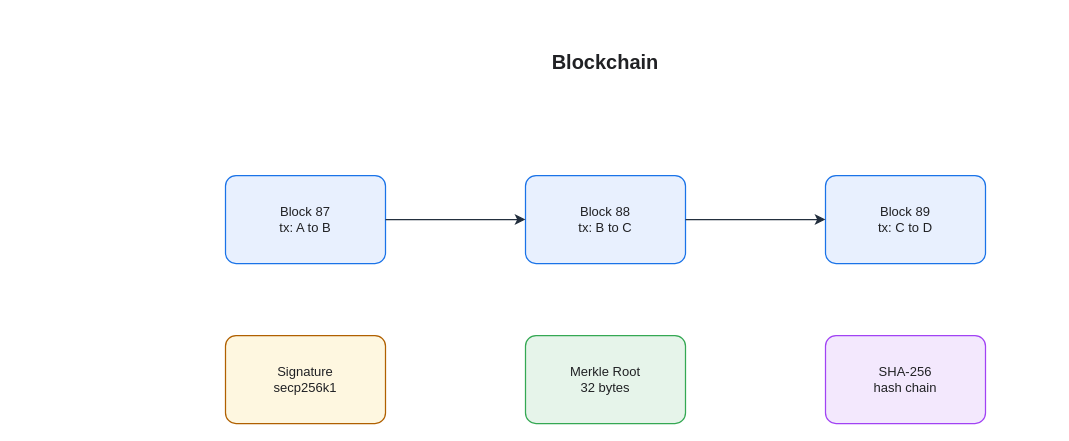
Before: assets/img/blockchain/blockchain-series.drawio in KKamJi98/kkamji98.github.io, a draw.io diagram. Source tidied: cells renumbered, new cells numbered last; positions are measured from the earlier drawing's top-left corner, leaving out a move shared by most shapes. Both pictures are drawn from the tidied source at 100%, with x=0, y=0 at pixel (225, 45).
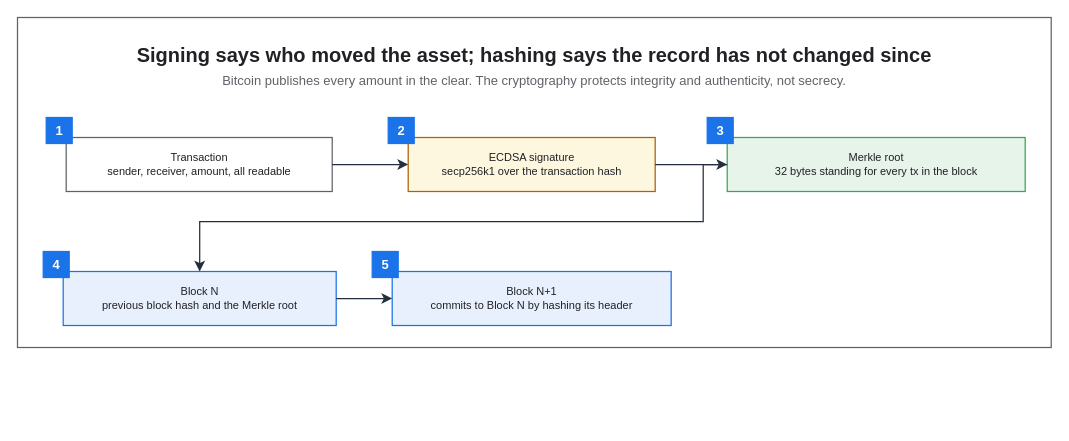
After the change.

Commit message (it also covers changes not shown here):
fix(diagrams): put the blockchain cover back on the compiler

The edit, as a diff of the source:
```diff
@@
+    <mxCell id="11" style="rounded=0;html=0;fillColor=none;strokeColor=#5F6368;fontColor=#202124;strokeWidth=1.25;" parent="1" vertex="1">
+      <mxGeometry x="-208" y="-28" width="1033.7" height="330" as="geometry" />
+    </mxCell>
-    <mxCell id="2" value="Blockchain" style="text;html=0;fontColor=#202124;fontSize=20;fontStyle=1;align=center;verticalAlign=middle;" parent="1" vertex="1">
-      <mxGeometry x="260" width="240" height="30" as="geometry" />
+    <mxCell id="2" value="Signing says who moved the asset; hashing says the record has not changed since" style="text;html=0;whiteSpace=wrap;fillColor=none;strokeColor=none;fontColor=#202124;fontSize=20;fontStyle=1;align=center;verticalAlign=middle;" parent="1" vertex="1">
+      <mxGeometry x="-186" y="-6" width="989.7" height="30" as="geometry" />
     </mxCell>
-    <mxCell id="3" value="Block 87&#10;tx: A to B" style="rounded=1;arcSize=12;html=0;fillColor=#E8F0FE;strokeColor=#1A73E8;strokeWidth=1.25;fontColor=#202124;fontSize=13;whiteSpace=wrap;" parent="1" vertex="1">
-      <mxGeometry y="130" width="160" height="88" as="geometry" />
-    </mxCell>
-    <mxCell id="4" value="Block 88&#10;tx: B to C" style="rounded=1;arcSize=12;html=0;fillColor=#E8F0FE;strokeColor=#1A73E8;strokeWidth=1.25;fontColor=#202124;fontSize=13;whiteSpace=wrap;" parent="1" vertex="1">
-      <mxGeometry x="300" y="130" width="160" height="88" as="geometry" />
-    </mxCell>
-    <mxCell id="5" value="Block 89&#10;tx: C to D" style="rounded=1;arcSize=12;html=0;fillColor=#E8F0FE;strokeColor=#1A73E8;strokeWidth=1.25;fontColor=#202124;fontSize=13;whiteSpace=wrap;" parent="1" vertex="1">
-      <mxGeometry x="600" y="130" width="160" height="88" as="geometry" />
-    </mxCell>
-    <mxCell id="6" style="edgeStyle=orthogonalEdgeStyle;html=0;strokeColor=#232F3E;strokeWidth=1.25;endArrow=classic;endFill=1;endSize=7;fontSize=11;fontColor=#202124;labelBackgroundColor=none;exitX=1;exitY=0.5;entryX=0;entryY=0.5;" parent="1" edge="1" source="3" target="4">
-      <mxGeometry relative="1" as="geometry" />
-    </mxCell>
-    <mxCell id="7" style="edgeStyle=orthogonalEdgeStyle;html=0;strokeColor=#232F3E;strokeWidth=1.25;endArrow=classic;endFill=1;endSize=7;fontSize=11;fontColor=#202124;labelBackgroundColor=none;exitX=1;exitY=0.5;entryX=0;entryY=0.5;" parent="1" edge="1" source="4" target="5">
-      <mxGeometry relative="1" as="geometry" />
-    </mxCell>
-    <mxCell id="8" value="Signature&#10;secp256k1" style="rounded=1;arcSize=12;html=0;fillColor=#FEF7E0;strokeColor=#B06000;strokeWidth=1.25;fontColor=#202124;fontSize=13;whiteSpace=wrap;" parent="1" vertex="1">
-      <mxGeometry y="290" width="160" height="88" as="geometry" />
-    </mxCell>
+    <mxCell id="12" value="Bitcoin publishes every amount in the clear. The cryptography protects integrity and authenticity, not secrecy." style="text;html=0;whiteSpace=wrap;fillColor=none;strokeColor=none;fontColor=#5F6368;fontSize=13;fontStyle=0;align=center;verticalAlign=middle;" parent="1" vertex="1">
+      <mxGeometry x="-186" y="24" width="989.7" height="22" as="geometry" />
+    </mxCell>
+    <mxCell id="13" value="Transaction&#10;sender, receiver, amount, all readable" style="rounded=0;whiteSpace=wrap;html=0;fillColor=#FFFFFF;strokeColor=#5F6368;fontColor=#202124;fontSize=11;fontStyle=0;align=center;verticalAlign=middle;spacingLeft=6;spacingRight=6;strokeWidth=1.25;" parent="1" vertex="1">
+      <mxGeometry x="-159.3" y="92" width="266" height="54" as="geometry" />
+    </mxCell>
+    <mxCell id="14" value="ECDSA signature&#10;secp256k1 over the transaction hash" style="rounded=0;whiteSpace=wrap;html=0;fillColor=#FEF7E0;strokeColor=#B06000;fontColor=#202124;fontSize=11;fontStyle=0;align=center;verticalAlign=middle;spacingLeft=6;spacingRight=6;strokeWidth=1.25;" parent="1" vertex="1">
+      <mxGeometry x="182.7" y="92" width="247" height="54" as="geometry" />
+    </mxCell>
-    <mxCell id="9" value="Merkle Root&#10;32 bytes" style="rounded=1;arcSize=12;html=0;fillColor=#E6F4EA;strokeColor=#34A853;strokeWidth=1.25;fontColor=#202124;fontSize=13;whiteSpace=wrap;" parent="1" vertex="1">
-      <mxGeometry x="300" y="290" width="160" height="88" as="geometry" />
+    <mxCell id="9" value="Merkle root&#10;32 bytes standing for every tx in the block" style="rounded=0;whiteSpace=wrap;html=0;fillColor=#E6F4EA;strokeColor=#34A853;fontColor=#202124;fontSize=11;fontStyle=0;align=center;verticalAlign=middle;spacingLeft=6;spacingRight=6;strokeWidth=1.25;" parent="1" vertex="1">
+      <mxGeometry x="501.7" y="92" width="298" height="54" as="geometry" />
     </mxCell>
-    <mxCell id="10" value="SHA-256&#10;hash chain" style="rounded=1;arcSize=12;html=0;fillColor=#F3E8FD;strokeColor=#A142F4;strokeWidth=1.25;fontColor=#202124;fontSize=13;whiteSpace=wrap;" parent="1" vertex="1">
-      <mxGeometry x="600" y="290" width="160" height="88" as="geometry" />
-    </mxCell>
+    <mxCell id="15" value="Block N&#10;previous block hash and the Merkle root" style="rounded=0;whiteSpace=wrap;html=0;fillColor=#E8F0FE;strokeColor=#1A73E8;fontColor=#202124;fontSize=11;fontStyle=0;align=center;verticalAlign=middle;spacingLeft=6;spacingRight=6;strokeWidth=1.25;" parent="1" vertex="1">
+      <mxGeometry x="-162.3" y="226" width="273" height="54" as="geometry" />
+    </mxCell>
+    <mxCell id="16" value="Block N+1&#10;commits to Block N by hashing its header" style="rounded=0;whiteSpace=wrap;html=0;fillColor=#E8F0FE;strokeColor=#1A73E8;fontColor=#202124;fontSize=11;fontStyle=0;align=center;verticalAlign=middle;spacingLeft=6;spacingRight=6;strokeWidth=1.25;" parent="1" vertex="1">
+      <mxGeometry x="166.7" y="226" width="279" height="54" as="geometry" />
+    </mxCell>
+    <mxCell id="17" value="1" style="rounded=0;whiteSpace=wrap;html=0;fillColor=#1A73E8;strokeColor=#1A73E8;fontColor=#FFFFFF;fontSize=13;fontStyle=1;align=center;verticalAlign=middle;strokeWidth=1.25;" parent="1" vertex="1">
+      <mxGeometry x="-179.3" y="72" width="26" height="26" as="geometry" />
+    </mxCell>
+    <mxCell id="18" value="2" style="rounded=0;whiteSpace=wrap;html=0;fillColor=#1A73E8;strokeColor=#1A73E8;fontColor=#FFFFFF;fontSize=13;fontStyle=1;align=center;verticalAlign=middle;strokeWidth=1.25;" parent="1" vertex="1">
+      <mxGeometry x="162.7" y="72" width="26" height="26" as="geometry" />
+    </mxCell>
+    <mxCell id="19" value="3" style="rounded=0;whiteSpace=wrap;html=0;fillColor=#1A73E8;strokeColor=#1A73E8;fontColor=#FFFFFF;fontSize=13;fontStyle=1;align=center;verticalAlign=middle;strokeWidth=1.25;" parent="1" vertex="1">
+      <mxGeometry x="481.7" y="72" width="26" height="26" as="geometry" />
+    </mxCell>
+    <mxCell id="20" value="4" style="rounded=0;whiteSpace=wrap;html=0;fillColor=#1A73E8;strokeColor=#1A73E8;fontColor=#FFFFFF;fontSize=13;fontStyle=1;align=center;verticalAlign=middle;strokeWidth=1.25;" parent="1" vertex="1">
+      <mxGeometry x="-182.3" y="206" width="26" height="26" as="geometry" />
+    </mxCell>
+    <mxCell id="21" value="5" style="rounded=0;whiteSpace=wrap;html=0;fillColor=#1A73E8;strokeColor=#1A73E8;fontColor=#FFFFFF;fontSize=13;fontStyle=1;align=center;verticalAlign=middle;strokeWidth=1.25;" parent="1" vertex="1">
+      <mxGeometry x="146.7" y="206" width="26" height="26" as="geometry" />
+    </mxCell>
+    <mxCell id="22" style="edgeStyle=orthogonalEdgeStyle;rounded=0;html=0;strokeColor=#232F3E;strokeWidth=1.25;endArrow=classic;endFill=1;endSize=7;fontSize=11;fontColor=#202124;labelBackgroundColor=none;jettySize=14;exitX=1;exitY=0.5;entryX=0;entryY=0.5;exitDx=0;exitDy=0;entryDx=0;entryDy=0;" parent="1" edge="1" source="13" target="14">
+      <mxGeometry relative="1" as="geometry" />
+    </mxCell>
+    <mxCell id="23" style="edgeStyle=orthogonalEdgeStyle;rounded=0;html=0;strokeColor=#232F3E;strokeWidth=1.25;endArrow=classic;endFill=1;endSize=7;fontSize=11;fontColor=#202124;labelBackgroundColor=none;jettySize=14;exitX=1;exitY=0.5;entryX=0;entryY=0.5;exitDx=0;exitDy=0;entryDx=0;entryDy=0;" parent="1" edge="1" source="14" target="9">
+      <mxGeometry relative="1" as="geometry" />
+    </mxCell>
+    <mxCell id="24" style="edgeStyle=orthogonalEdgeStyle;rounded=0;html=0;strokeColor=#232F3E;strokeWidth=1.25;endArrow=classic;endFill=1;endSize=7;fontSize=11;fontColor=#202124;labelBackgroundColor=none;jettySize=14;exitX=0;exitY=0.5;entryX=0.5;entryY=0;exitDx=0;exitDy=0;entryDx=0;entryDy=0;" parent="1" edge="1" source="9" target="15">
+      <mxGeometry relative="1" as="geometry">
+        <Array as="points">
+          <mxPoint x="477.7" y="119" />
+          <mxPoint x="477.7" y="176" />
+          <mxPoint x="-25.8" y="176" />
+        </Array>
+      </mxGeometry>
+    </mxCell>
+    <mxCell id="25" style="edgeStyle=orthogonalEdgeStyle;rounded=0;html=0;strokeColor=#232F3E;strokeWidth=1.25;endArrow=classic;endFill=1;endSize=7;fontSize=11;fontColor=#202124;labelBackgroundColor=none;jettySize=14;exitX=1;exitY=0.5;entryX=0;entryY=0.5;exitDx=0;exitDy=0;entryDx=0;entryDy=0;" parent="1" edge="1" source="15" target="16">
+      <mxGeometry relative="1" as="geometry" />
+    </mxCell>
```
